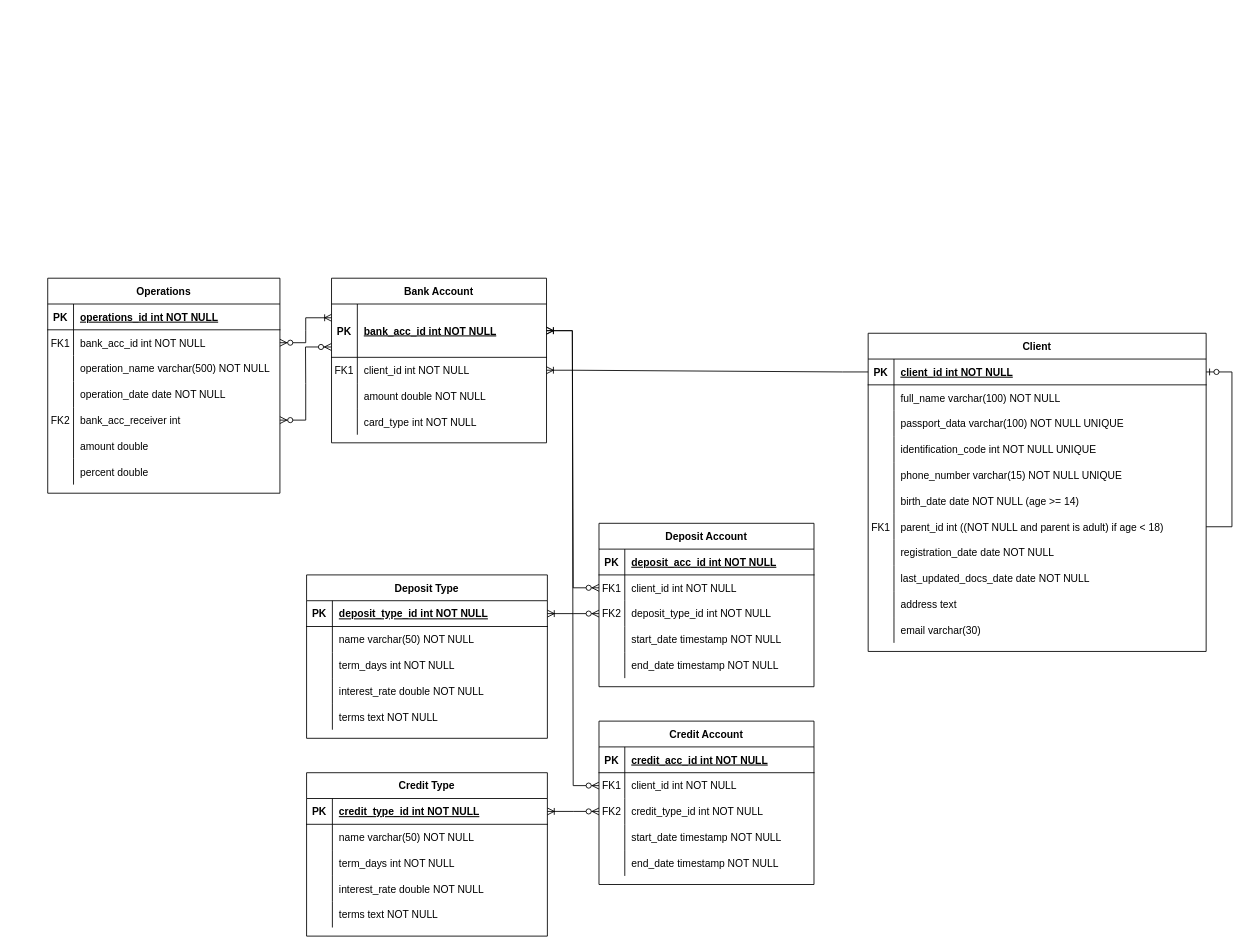
Before: MyDB (6).drawio in kallDun/DrawIO, a draw.io diagram. Source tidied: cells renumbered, new cells numbered last; positions are measured from the earlier drawing's top-left corner, leaving out a move shared by most shapes. Both pictures are drawn from the tidied source at 86%, with x=0, y=0 at pixel (47, 278).
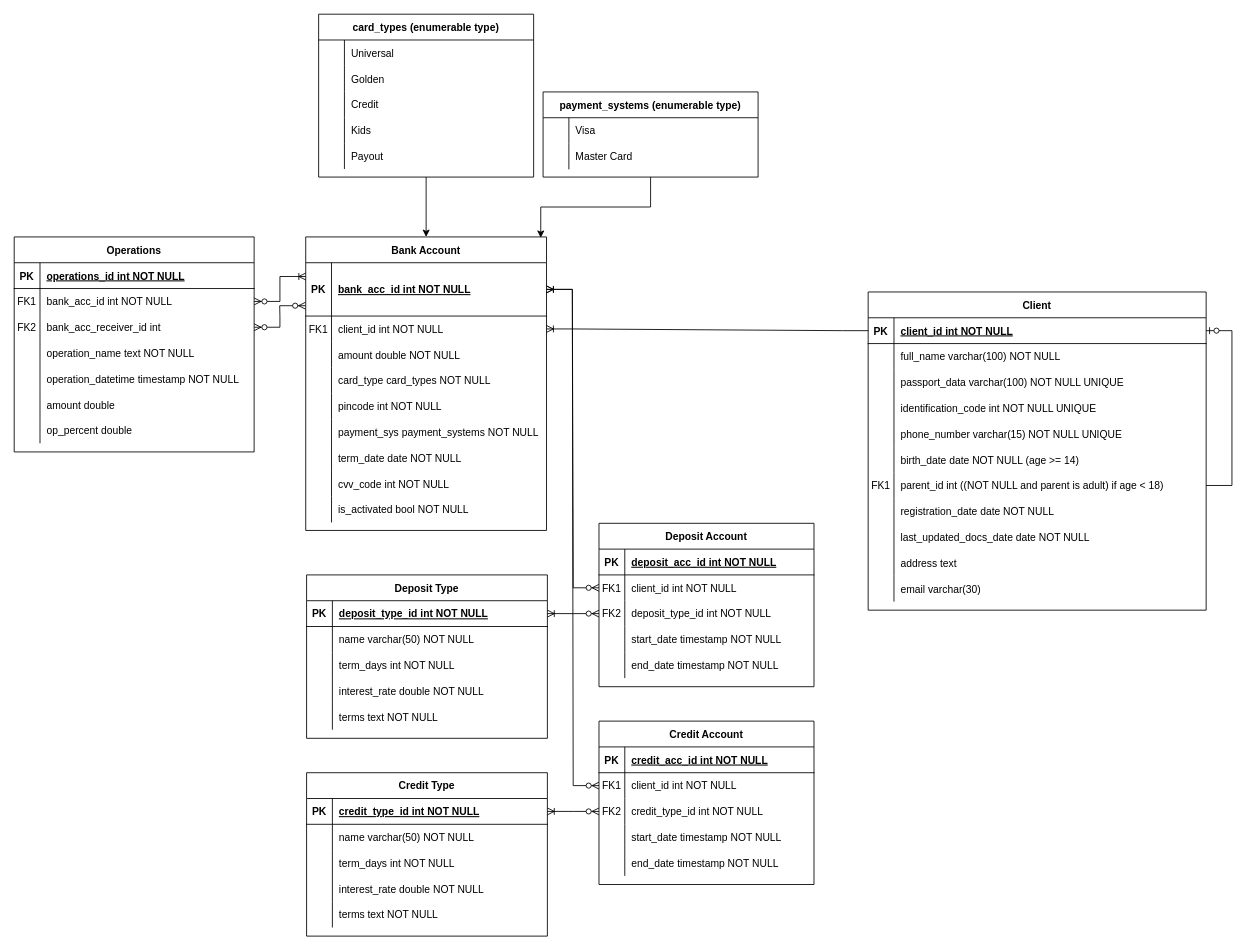
After the change.

Change to the diagram source:
```diff
@@
     <mxCell id="2" value="Client" style="shape=table;startSize=30;childLayout=tableLayout;rowLines=0;fontStyle=1;align=center;" parent="1" vertex="1">
-      <mxGeometry x="954" y="64" width="393" height="370" as="geometry" />
+      <mxGeometry x="954" y="16" width="393" height="370" as="geometry" />
     </mxCell>
@@
     <mxCell id="71" value="Bank Account" style="shape=table;startSize=30;childLayout=tableLayout;rowLines=0;fontStyle=1;align=center;" parent="1" vertex="1">
-      <mxGeometry x="330" width="250" height="191.4" as="geometry" />
+      <mxGeometry x="300" y="-48" width="280" height="341.3" as="geometry" />
     </mxCell>
     <mxCell id="72" style="shape=partialRectangle;fillColor=none;points=[[0,0.5],[1,0.5]];portConstraint=eastwest;top=0;left=0;right=0;bottom=1;" parent="71" vertex="1">
-      <mxGeometry y="30" width="250" height="62" as="geometry" />
+      <mxGeometry y="30" width="280" height="62" as="geometry" />
     </mxCell>
@@
     <mxCell id="74" value="bank_acc_id int NOT NULL " style="shape=partialRectangle;overflow=hidden;fillColor=none;top=0;left=0;bottom=0;right=0;align=left;spacingLeft=6;fontStyle=5;" parent="72" vertex="1">
-      <mxGeometry x="30" width="220" height="62" as="geometry" />
+      <mxGeometry x="30" width="250" height="62" as="geometry" />
     </mxCell>
     <mxCell id="75" style="shape=partialRectangle;fillColor=none;points=[[0,0.5],[1,0.5]];portConstraint=eastwest;top=0;left=0;right=0;bottom=0;" parent="71" vertex="1">
-      <mxGeometry y="92" width="250" height="30" as="geometry" />
+      <mxGeometry y="92" width="280" height="30" as="geometry" />
     </mxCell>
@@
     <mxCell id="77" value="client_id int NOT NULL" style="shape=partialRectangle;overflow=hidden;fillColor=none;top=0;left=0;bottom=0;right=0;align=left;spacingLeft=6;" parent="75" vertex="1">
-      <mxGeometry x="30" width="220" height="30" as="geometry" />
+      <mxGeometry x="30" width="250" height="30" as="geometry" />
     </mxCell>
     <mxCell id="78" style="shape=partialRectangle;fillColor=none;top=0;left=0;right=0;bottom=0;" parent="71" vertex="1">
-      <mxGeometry y="122" width="250" height="30" as="geometry" />
+      <mxGeometry y="122" width="280" height="30" as="geometry" />
     </mxCell>
@@
     <mxCell id="80" value="amount double NOT NULL" style="shape=partialRectangle;overflow=hidden;fillColor=none;top=0;left=0;bottom=0;right=0;align=left;spacingLeft=6;" parent="78" vertex="1">
-      <mxGeometry x="30" width="220" height="30" as="geometry" />
+      <mxGeometry x="30" width="250" height="30" as="geometry" />
     </mxCell>
     <mxCell id="81" style="shape=partialRectangle;fillColor=none;top=0;left=0;right=0;bottom=0;" parent="71" vertex="1">
-      <mxGeometry y="152" width="250" height="30" as="geometry" />
+      <mxGeometry y="152" width="280" height="30" as="geometry" />
     </mxCell>
@@
-    <mxCell id="83" value="card_type int NOT NULL" style="shape=partialRectangle;overflow=hidden;fillColor=none;top=0;left=0;bottom=0;right=0;align=left;spacingLeft=6;" parent="81" vertex="1">
-      <mxGeometry x="30" width="220" height="30" as="geometry" />
+    <mxCell id="83" value="card_type card_types NOT NULL" style="shape=partialRectangle;overflow=hidden;fillColor=none;top=0;left=0;bottom=0;right=0;align=left;spacingLeft=6;" parent="81" vertex="1">
+      <mxGeometry x="30" width="250" height="30" as="geometry" />
     </mxCell>
+    <mxCell id="143" style="shape=partialRectangle;fillColor=none;top=0;left=0;right=0;bottom=0;" parent="71" vertex="1">
+      <mxGeometry y="182" width="280" height="30" as="geometry" />
+    </mxCell>
+    <mxCell id="144" style="shape=partialRectangle;overflow=hidden;fillColor=none;top=0;left=0;bottom=0;right=0;" parent="143" vertex="1">
+      <mxGeometry width="30" height="30" as="geometry" />
+    </mxCell>
+    <mxCell id="145" value="pincode int NOT NULL" style="shape=partialRectangle;overflow=hidden;fillColor=none;top=0;left=0;bottom=0;right=0;align=left;spacingLeft=6;" parent="143" vertex="1">
+      <mxGeometry x="30" width="250" height="30" as="geometry" />
+    </mxCell>
+    <mxCell id="146" style="shape=partialRectangle;fillColor=none;top=0;left=0;right=0;bottom=0;" parent="71" vertex="1">
+      <mxGeometry y="212" width="280" height="30" as="geometry" />
+    </mxCell>
+    <mxCell id="147" style="shape=partialRectangle;overflow=hidden;fillColor=none;top=0;left=0;bottom=0;right=0;" parent="146" vertex="1">
+      <mxGeometry width="30" height="30" as="geometry" />
+    </mxCell>
+    <mxCell id="148" value="payment_sys payment_systems NOT NULL" style="shape=partialRectangle;overflow=hidden;fillColor=none;top=0;left=0;bottom=0;right=0;align=left;spacingLeft=6;" parent="146" vertex="1">
+      <mxGeometry x="30" width="250" height="30" as="geometry" />
+    </mxCell>
+    <mxCell id="149" style="shape=partialRectangle;fillColor=none;top=0;left=0;right=0;bottom=0;" parent="71" vertex="1">
+      <mxGeometry y="242" width="280" height="30" as="geometry" />
+    </mxCell>
+    <mxCell id="150" style="shape=partialRectangle;overflow=hidden;fillColor=none;top=0;left=0;bottom=0;right=0;" parent="149" vertex="1">
+      <mxGeometry width="30" height="30" as="geometry" />
+    </mxCell>
+    <mxCell id="151" value="term_date date NOT NULL" style="shape=partialRectangle;overflow=hidden;fillColor=none;top=0;left=0;bottom=0;right=0;align=left;spacingLeft=6;" parent="149" vertex="1">
+      <mxGeometry x="30" width="250" height="30" as="geometry" />
+    </mxCell>
+    <mxCell id="152" style="shape=partialRectangle;fillColor=none;top=0;left=0;right=0;bottom=0;" parent="71" vertex="1">
+      <mxGeometry y="272" width="280" height="30" as="geometry" />
+    </mxCell>
+    <mxCell id="153" style="shape=partialRectangle;overflow=hidden;fillColor=none;top=0;left=0;bottom=0;right=0;" parent="152" vertex="1">
+      <mxGeometry width="30" height="30" as="geometry" />
+    </mxCell>
+    <mxCell id="154" value="cvv_code int NOT NULL" style="shape=partialRectangle;overflow=hidden;fillColor=none;top=0;left=0;bottom=0;right=0;align=left;spacingLeft=6;" parent="152" vertex="1">
+      <mxGeometry x="30" width="250" height="30" as="geometry" />
+    </mxCell>
+    <mxCell id="155" style="shape=partialRectangle;fillColor=none;top=0;left=0;right=0;bottom=0;" parent="71" vertex="1">
+      <mxGeometry y="302" width="280" height="30" as="geometry" />
+    </mxCell>
+    <mxCell id="156" style="shape=partialRectangle;overflow=hidden;fillColor=none;top=0;left=0;bottom=0;right=0;" parent="155" vertex="1">
+      <mxGeometry width="30" height="30" as="geometry" />
+    </mxCell>
+    <mxCell id="157" value="is_activated bool NOT NULL" style="shape=partialRectangle;overflow=hidden;fillColor=none;top=0;left=0;bottom=0;right=0;align=left;spacingLeft=6;" parent="155" vertex="1">
+      <mxGeometry x="30" width="250" height="30" as="geometry" />
+    </mxCell>
     <mxCell id="84" value="Operations" style="shape=table;startSize=30;childLayout=tableLayout;rowLines=0;fontStyle=1;align=center;" parent="1" vertex="1">
-      <mxGeometry width="270" height="250" as="geometry" />
+      <mxGeometry x="-39" y="-48" width="279" height="250" as="geometry" />
     </mxCell>
     <mxCell id="85" style="shape=partialRectangle;fillColor=none;top=0;left=0;right=0;bottom=1;" parent="84" vertex="1">
-      <mxGeometry y="30" width="270" height="30" as="geometry" />
+      <mxGeometry y="30" width="279" height="30" as="geometry" />
     </mxCell>
@@
     <mxCell id="87" value="operations_id int NOT NULL " style="shape=partialRectangle;overflow=hidden;fillColor=none;top=0;left=0;bottom=0;right=0;align=left;spacingLeft=6;fontStyle=5;" parent="85" vertex="1">
-      <mxGeometry x="30" width="240" height="30" as="geometry" />
+      <mxGeometry x="30" width="249" height="30" as="geometry" />
     </mxCell>
     <mxCell id="88" style="shape=partialRectangle;fillColor=none;points=[[0,0.5],[1,0.5]];portConstraint=eastwest;top=0;left=0;right=0;bottom=0;" parent="84" vertex="1">
-      <mxGeometry y="60" width="270" height="30" as="geometry" />
+      <mxGeometry y="60" width="279" height="30" as="geometry" />
     </mxCell>
@@
     <mxCell id="90" value="bank_acc_id int NOT NULL" style="shape=partialRectangle;overflow=hidden;fillColor=none;top=0;left=0;bottom=0;right=0;align=left;spacingLeft=6;" parent="88" vertex="1">
-      <mxGeometry x="30" width="240" height="30" as="geometry" />
+      <mxGeometry x="30" width="249" height="30" as="geometry" />
     </mxCell>
+    <mxCell id="97" style="shape=partialRectangle;fillColor=none;points=[[0,0.5],[1,0.5]];portConstraint=eastwest;top=0;left=0;right=0;bottom=0;" parent="84" vertex="1">
+      <mxGeometry y="90" width="279" height="30" as="geometry" />
+    </mxCell>
+    <mxCell id="98" value="FK2" style="shape=partialRectangle;overflow=hidden;fillColor=none;top=0;left=0;bottom=0;right=0;" parent="97" vertex="1">
+      <mxGeometry width="30" height="30" as="geometry" />
+    </mxCell>
+    <mxCell id="99" value="bank_acc_receiver_id int" style="shape=partialRectangle;overflow=hidden;fillColor=none;top=0;left=0;bottom=0;right=0;align=left;spacingLeft=6;" parent="97" vertex="1">
+      <mxGeometry x="30" width="249" height="30" as="geometry" />
+    </mxCell>
     <mxCell id="91" style="shape=partialRectangle;fillColor=none;top=0;left=0;right=0;bottom=0;" parent="84" vertex="1">
-      <mxGeometry y="90" width="270" height="30" as="geometry" />
+      <mxGeometry y="120" width="279" height="30" as="geometry" />
     </mxCell>
@@
-    <mxCell id="93" value="operation_name varchar(500) NOT NULL" style="shape=partialRectangle;overflow=hidden;fillColor=none;top=0;left=0;bottom=0;right=0;align=left;spacingLeft=6;" parent="91" vertex="1">
-      <mxGeometry x="30" width="240" height="30" as="geometry" />
+    <mxCell id="93" value="operation_name text NOT NULL" style="shape=partialRectangle;overflow=hidden;fillColor=none;top=0;left=0;bottom=0;right=0;align=left;spacingLeft=6;" parent="91" vertex="1">
+      <mxGeometry x="30" width="249" height="30" as="geometry" />
     </mxCell>
     <mxCell id="94" style="shape=partialRectangle;fillColor=none;top=0;left=0;right=0;bottom=0;" parent="84" vertex="1">
-      <mxGeometry y="120" width="270" height="30" as="geometry" />
+      <mxGeometry y="150" width="279" height="30" as="geometry" />
     </mxCell>
@@
-    <mxCell id="96" value="operation_date date NOT NULL" style="shape=partialRectangle;overflow=hidden;fillColor=none;top=0;left=0;bottom=0;right=0;align=left;spacingLeft=6;" parent="94" vertex="1">
-      <mxGeometry x="30" width="240" height="30" as="geometry" />
+    <mxCell id="96" value="operation_datetime timestamp NOT NULL" style="shape=partialRectangle;overflow=hidden;fillColor=none;top=0;left=0;bottom=0;right=0;align=left;spacingLeft=6;" parent="94" vertex="1">
+      <mxGeometry x="30" width="249" height="30" as="geometry" />
     </mxCell>
-    <mxCell id="97" style="shape=partialRectangle;fillColor=none;points=[[0,0.5],[1,0.5]];portConstraint=eastwest;top=0;left=0;right=0;bottom=0;" parent="84" vertex="1">
-      <mxGeometry y="150" width="270" height="30" as="geometry" />
-    </mxCell>
-    <mxCell id="98" value="FK2" style="shape=partialRectangle;overflow=hidden;fillColor=none;top=0;left=0;bottom=0;right=0;" parent="97" vertex="1">
-      <mxGeometry width="30" height="30" as="geometry" />
-    </mxCell>
-    <mxCell id="99" value="bank_acc_receiver int" style="shape=partialRectangle;overflow=hidden;fillColor=none;top=0;left=0;bottom=0;right=0;align=left;spacingLeft=6;" parent="97" vertex="1">
-      <mxGeometry x="30" width="240" height="30" as="geometry" />
-    </mxCell>
     <mxCell id="100" style="shape=partialRectangle;fillColor=none;top=0;left=0;right=0;bottom=0;" parent="84" vertex="1">
-      <mxGeometry y="180" width="270" height="30" as="geometry" />
+      <mxGeometry y="180" width="279" height="30" as="geometry" />
     </mxCell>
@@
     <mxCell id="102" value="amount double" style="shape=partialRectangle;overflow=hidden;fillColor=none;top=0;left=0;bottom=0;right=0;align=left;spacingLeft=6;" parent="100" vertex="1">
-      <mxGeometry x="30" width="240" height="30" as="geometry" />
+      <mxGeometry x="30" width="249" height="30" as="geometry" />
     </mxCell>
     <mxCell id="103" style="shape=partialRectangle;fillColor=none;top=0;left=0;right=0;bottom=0;" parent="84" vertex="1">
-      <mxGeometry y="210" width="270" height="30" as="geometry" />
+      <mxGeometry y="210" width="279" height="30" as="geometry" />
     </mxCell>
@@
-    <mxCell id="105" value="percent double" style="shape=partialRectangle;overflow=hidden;fillColor=none;top=0;left=0;bottom=0;right=0;align=left;spacingLeft=6;" parent="103" vertex="1">
-      <mxGeometry x="30" width="240" height="30" as="geometry" />
+    <mxCell id="105" value="op_percent double" style="shape=partialRectangle;overflow=hidden;fillColor=none;top=0;left=0;bottom=0;right=0;align=left;spacingLeft=6;" parent="103" vertex="1">
+      <mxGeometry x="30" width="249" height="30" as="geometry" />
     </mxCell>
@@
     <mxCell id="140" style="edgeStyle=entityRelationEdgeStyle;fontSize=12;html=1;endArrow=ERoneToMany;startArrow=ERzeroToMany;rounded=0;exitX=1;exitY=0.5;exitDx=0;exitDy=0;" parent="1" edge="1" source="88">
       <mxGeometry relative="1" as="geometry">
-        <mxPoint x="330" y="46" as="targetPoint" />
+        <mxPoint x="300" y="-2" as="targetPoint" />
       </mxGeometry>
     </mxCell>
@@
+    <mxCell id="158" style="edgeStyle=orthogonalEdgeStyle;rounded=0;jettySize=auto;html=1;exitX=0.5;exitY=1;exitDx=0;exitDy=0;" parent="1" edge="1" source="159" target="71">
+      <mxGeometry relative="1" as="geometry" />
+    </mxCell>
+    <mxCell id="159" value="card_types (enumerable type)" style="shape=table;startSize=30;childLayout=tableLayout;rowLines=0;fontStyle=1;align=center;" parent="1" vertex="1">
+      <mxGeometry x="315" y="-307" width="250" height="189.4" as="geometry" />
+    </mxCell>
+    <mxCell id="160" style="shape=partialRectangle;fillColor=none;top=0;left=0;right=0;bottom=0;" parent="159" vertex="1">
+      <mxGeometry y="30" width="250" height="30" as="geometry" />
+    </mxCell>
+    <mxCell id="161" style="shape=partialRectangle;overflow=hidden;fillColor=none;top=0;left=0;bottom=0;right=0;" parent="160" vertex="1">
+      <mxGeometry width="30" height="30" as="geometry" />
+    </mxCell>
+    <mxCell id="162" value="Universal" style="shape=partialRectangle;overflow=hidden;fillColor=none;top=0;left=0;bottom=0;right=0;align=left;spacingLeft=6;" parent="160" vertex="1">
+      <mxGeometry x="30" width="220" height="30" as="geometry" />
+    </mxCell>
+    <mxCell id="163" style="shape=partialRectangle;fillColor=none;top=0;left=0;right=0;bottom=0;" parent="159" vertex="1">
+      <mxGeometry y="60" width="250" height="30" as="geometry" />
+    </mxCell>
+    <mxCell id="164" style="shape=partialRectangle;overflow=hidden;fillColor=none;top=0;left=0;bottom=0;right=0;" parent="163" vertex="1">
+      <mxGeometry width="30" height="30" as="geometry" />
+    </mxCell>
+    <mxCell id="165" value="Golden" style="shape=partialRectangle;overflow=hidden;fillColor=none;top=0;left=0;bottom=0;right=0;align=left;spacingLeft=6;" parent="163" vertex="1">
+      <mxGeometry x="30" width="220" height="30" as="geometry" />
+    </mxCell>
+    <mxCell id="166" style="shape=partialRectangle;fillColor=none;top=0;left=0;right=0;bottom=0;" parent="159" vertex="1">
+      <mxGeometry y="90" width="250" height="30" as="geometry" />
+    </mxCell>
+    <mxCell id="167" style="shape=partialRectangle;overflow=hidden;fillColor=none;top=0;left=0;bottom=0;right=0;" parent="166" vertex="1">
+      <mxGeometry width="30" height="30" as="geometry" />
+    </mxCell>
+    <mxCell id="168" value="Credit" style="shape=partialRectangle;overflow=hidden;fillColor=none;top=0;left=0;bottom=0;right=0;align=left;spacingLeft=6;" parent="166" vertex="1">
+      <mxGeometry x="30" width="220" height="30" as="geometry" />
+    </mxCell>
+    <mxCell id="169" style="shape=partialRectangle;fillColor=none;top=0;left=0;right=0;bottom=0;" parent="159" vertex="1">
+      <mxGeometry y="120" width="250" height="30" as="geometry" />
+    </mxCell>
+    <mxCell id="170" style="shape=partialRectangle;overflow=hidden;fillColor=none;top=0;left=0;bottom=0;right=0;" parent="169" vertex="1">
+      <mxGeometry width="30" height="30" as="geometry" />
+    </mxCell>
+    <mxCell id="171" value="Kids" style="shape=partialRectangle;overflow=hidden;fillColor=none;top=0;left=0;bottom=0;right=0;align=left;spacingLeft=6;" parent="169" vertex="1">
+      <mxGeometry x="30" width="220" height="30" as="geometry" />
+    </mxCell>
+    <mxCell id="172" style="shape=partialRectangle;fillColor=none;top=0;left=0;right=0;bottom=0;" parent="159" vertex="1">
+      <mxGeometry y="150" width="250" height="30" as="geometry" />
+    </mxCell>
+    <mxCell id="173" style="shape=partialRectangle;overflow=hidden;fillColor=none;top=0;left=0;bottom=0;right=0;" parent="172" vertex="1">
+      <mxGeometry width="30" height="30" as="geometry" />
+    </mxCell>
+    <mxCell id="174" value="Payout" style="shape=partialRectangle;overflow=hidden;fillColor=none;top=0;left=0;bottom=0;right=0;align=left;spacingLeft=6;" parent="172" vertex="1">
+      <mxGeometry x="30" width="220" height="30" as="geometry" />
+    </mxCell>
+    <mxCell id="175" style="edgeStyle=orthogonalEdgeStyle;rounded=0;jettySize=auto;html=1;entryX=0.976;entryY=0.003;entryDx=0;entryDy=0;entryPerimeter=0;" parent="1" edge="1" source="176" target="71">
+      <mxGeometry relative="1" as="geometry" />
+    </mxCell>
+    <mxCell id="176" value="payment_systems (enumerable type)" style="shape=table;startSize=30;childLayout=tableLayout;rowLines=0;fontStyle=1;align=center;" parent="1" vertex="1">
+      <mxGeometry x="576" y="-216.6" width="250" height="99" as="geometry" />
+    </mxCell>
+    <mxCell id="177" style="shape=partialRectangle;fillColor=none;top=0;left=0;right=0;bottom=0;" parent="176" vertex="1">
+      <mxGeometry y="30" width="250" height="30" as="geometry" />
+    </mxCell>
+    <mxCell id="178" style="shape=partialRectangle;overflow=hidden;fillColor=none;top=0;left=0;bottom=0;right=0;" parent="177" vertex="1">
+      <mxGeometry width="30" height="30" as="geometry" />
+    </mxCell>
+    <mxCell id="179" value="Visa" style="shape=partialRectangle;overflow=hidden;fillColor=none;top=0;left=0;bottom=0;right=0;align=left;spacingLeft=6;" parent="177" vertex="1">
+      <mxGeometry x="30" width="220" height="30" as="geometry" />
+    </mxCell>
+    <mxCell id="180" style="shape=partialRectangle;fillColor=none;top=0;left=0;right=0;bottom=0;" parent="176" vertex="1">
+      <mxGeometry y="60" width="250" height="30" as="geometry" />
+    </mxCell>
+    <mxCell id="181" style="shape=partialRectangle;overflow=hidden;fillColor=none;top=0;left=0;bottom=0;right=0;" parent="180" vertex="1">
+      <mxGeometry width="30" height="30" as="geometry" />
+    </mxCell>
+    <mxCell id="182" value="Master Card" style="shape=partialRectangle;overflow=hidden;fillColor=none;top=0;left=0;bottom=0;right=0;align=left;spacingLeft=6;" parent="180" vertex="1">
+      <mxGeometry x="30" width="220" height="30" as="geometry" />
+    </mxCell>
```
